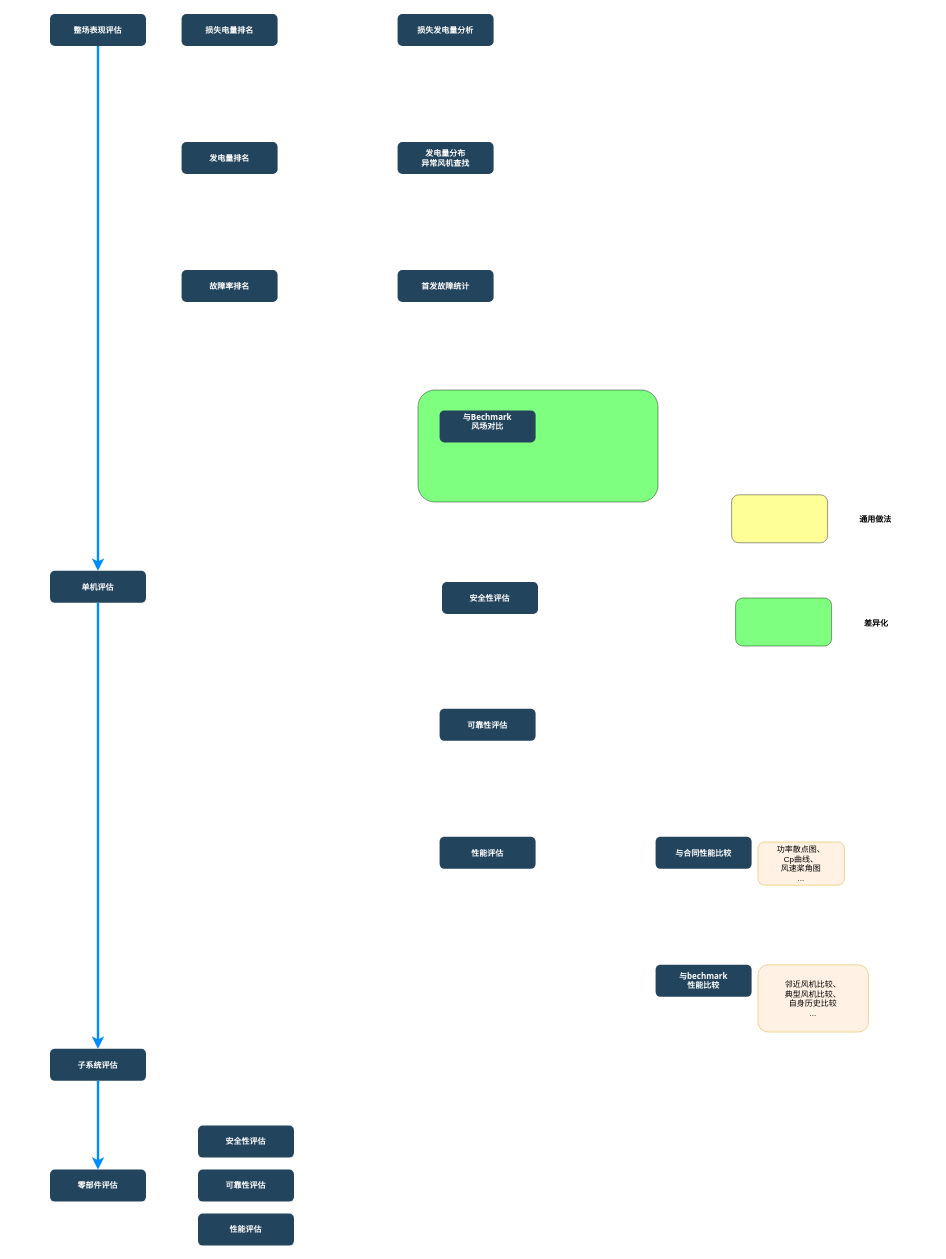
Before: soft/dataprocess/diagram/功能逻辑图.drawio in leeyongxin/wind, a draw.io diagram. Source tidied: cells renumbered, new cells numbered last; positions are measured from the earlier drawing's top-left corner, leaving out a move shared by most shapes. Both pictures are drawn from the tidied source at 80%, with x=0, y=0 at pixel (50, 14).
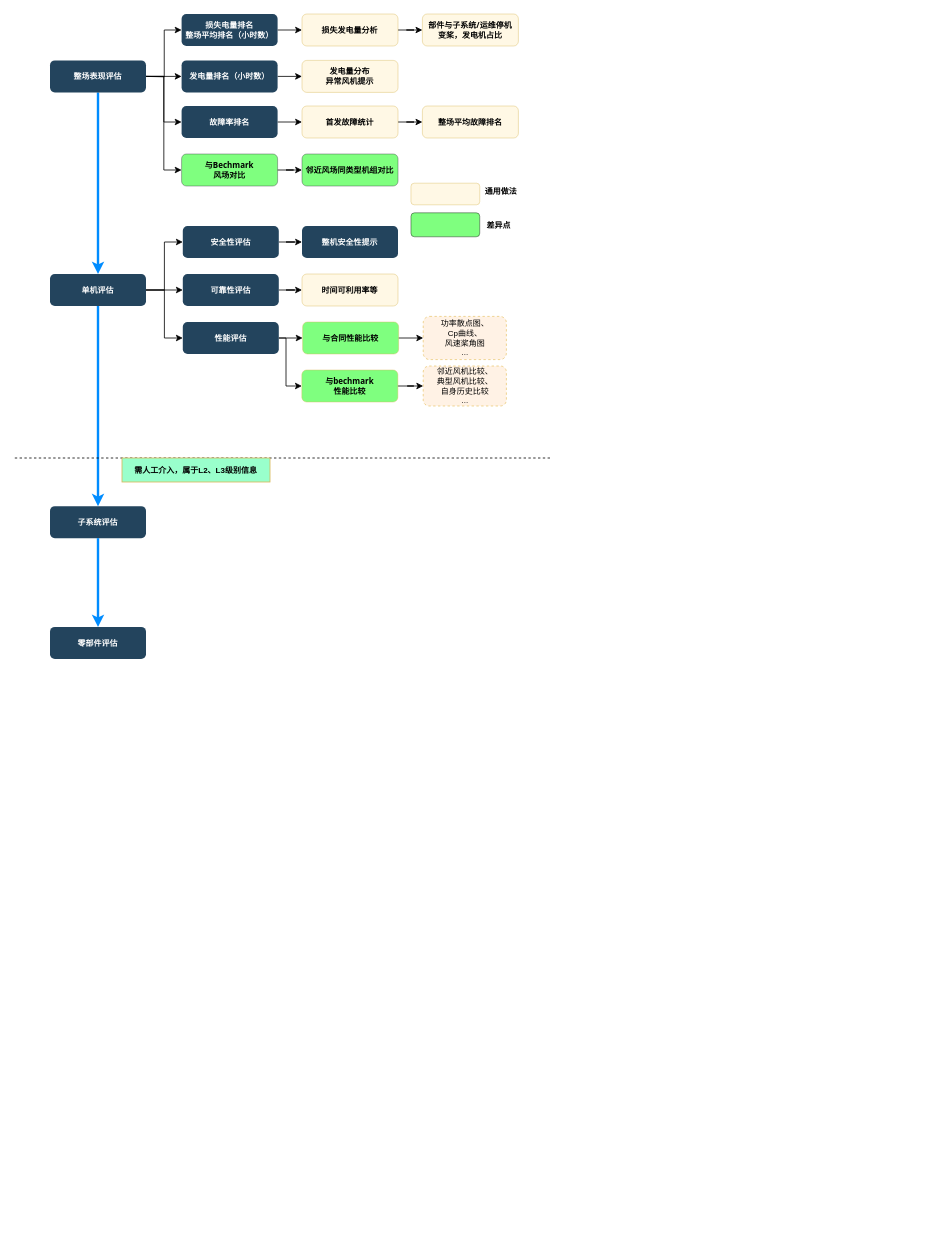
The same diagram, later.

Commit message:
Update 功能逻辑图.drawio

What changed in the source:
```diff
@@
-    <mxCell id="2" value="&lt;div style=&quot;font-size: 10px;&quot;&gt;邻近风机比较、&lt;/div&gt;&lt;div style=&quot;font-size: 10px;&quot;&gt;典型风机比较、&lt;/div&gt;&lt;div style=&quot;font-size: 10px;&quot;&gt;自身历史比较&lt;br style=&quot;font-size: 10px;&quot;&gt;&lt;/div&gt;&lt;div style=&quot;font-size: 10px;&quot;&gt;...&lt;br style=&quot;font-size: 10px;&quot;&gt;&lt;/div&gt;" style="rounded=1;whiteSpace=wrap;html=1;fillColor=#ffe6cc;fontSize=10;opacity=50;strokeColor=#d79b00;" parent="1" vertex="1">
-      <mxGeometry x="885" y="1188.5" width="138" height="84" as="geometry" />
+    <mxCell id="2" value="&lt;div style=&quot;font-size: 10px;&quot;&gt;邻近风机比较、&lt;/div&gt;&lt;div style=&quot;font-size: 10px;&quot;&gt;典型风机比较、&lt;/div&gt;&lt;div style=&quot;font-size: 10px;&quot;&gt;自身历史比较&lt;br style=&quot;font-size: 10px;&quot;&gt;&lt;/div&gt;&lt;div style=&quot;font-size: 10px;&quot;&gt;...&lt;br style=&quot;font-size: 10px;&quot;&gt;&lt;/div&gt;" style="rounded=1;whiteSpace=wrap;html=1;fillColor=#ffe6cc;fontSize=10;opacity=50;strokeColor=#d79b00;dashed=1;" parent="1" vertex="1">
+      <mxGeometry x="466.5" y="440" width="104" height="50" as="geometry" />
     </mxCell>
-    <mxCell id="3" style="rounded=1;whiteSpace=wrap;html=1;fillColor=#00FF00;gradientColor=none;fontSize=10;opacity=50;" parent="1" vertex="1">
-      <mxGeometry x="460" y="470" width="300" height="140" as="geometry" />
-    </mxCell>
-    <mxCell id="4" value="&lt;div style=&quot;font-size: 10px;&quot;&gt;功率散点图、&lt;/div&gt;&lt;div style=&quot;font-size: 10px;&quot;&gt;Cp曲线、&lt;/div&gt;&lt;div style=&quot;font-size: 10px;&quot;&gt;风速桨角图&lt;/div&gt;&lt;div style=&quot;font-size: 10px;&quot;&gt;...&lt;br style=&quot;font-size: 10px;&quot;&gt;&lt;/div&gt;" style="rounded=1;whiteSpace=wrap;html=1;fillColor=#ffe6cc;fontSize=10;opacity=50;strokeColor=#d79b00;" parent="1" vertex="1">
-      <mxGeometry x="885" y="1035" width="108" height="54" as="geometry" />
+    <mxCell id="4" value="&lt;div style=&quot;font-size: 10px;&quot;&gt;功率散点图、&lt;/div&gt;&lt;div style=&quot;font-size: 10px;&quot;&gt;Cp曲线、&lt;/div&gt;&lt;div style=&quot;font-size: 10px;&quot;&gt;风速桨角图&lt;/div&gt;&lt;div style=&quot;font-size: 10px;&quot;&gt;...&lt;br style=&quot;font-size: 10px;&quot;&gt;&lt;/div&gt;" style="rounded=1;whiteSpace=wrap;html=1;fillColor=#ffe6cc;fontSize=10;opacity=50;strokeColor=#d79b00;dashed=1;" parent="1" vertex="1">
+      <mxGeometry x="466.5" y="378" width="104" height="54" as="geometry" />
     </mxCell>
@@
+    <mxCell id="31" style="edgeStyle=orthogonalEdgeStyle;rounded=0;jettySize=auto;html=1;exitX=1;exitY=0.5;exitDx=0;exitDy=0;entryX=0;entryY=0.5;entryDx=0;entryDy=0;strokeWidth=1;fontSize=10;" parent="1" edge="1" source="6" target="15">
+      <mxGeometry relative="1" as="geometry" />
+    </mxCell>
+    <mxCell id="32" style="edgeStyle=orthogonalEdgeStyle;rounded=0;jettySize=auto;html=1;entryX=0;entryY=0.5;entryDx=0;entryDy=0;strokeWidth=1;fontSize=10;" parent="1" edge="1" target="17">
+      <mxGeometry relative="1" as="geometry">
+        <mxPoint x="120" y="78" as="sourcePoint" />
+      </mxGeometry>
+    </mxCell>
+    <mxCell id="33" style="edgeStyle=orthogonalEdgeStyle;rounded=0;jettySize=auto;html=1;exitX=1;exitY=0.5;exitDx=0;exitDy=0;entryX=0;entryY=0.5;entryDx=0;entryDy=0;strokeWidth=1;fontSize=10;" parent="1" edge="1" source="6" target="19">
+      <mxGeometry relative="1" as="geometry" />
+    </mxCell>
+    <mxCell id="34" style="edgeStyle=orthogonalEdgeStyle;rounded=0;jettySize=auto;html=1;exitX=1;exitY=0.5;exitDx=0;exitDy=0;entryX=0;entryY=0.5;entryDx=0;entryDy=0;strokeWidth=1;fontSize=10;" parent="1" edge="1" source="6" target="20">
+      <mxGeometry relative="1" as="geometry" />
+    </mxCell>
     <mxCell id="6" value="整场表现评估" style="rounded=1;fillColor=#23445D;gradientColor=none;strokeColor=none;fontColor=#FFFFFF;fontStyle=1;fontFamily=Tahoma;fontSize=10;" parent="1" vertex="1">
-      <mxGeometry width="120" height="40" as="geometry" />
+      <mxGeometry y="58" width="120" height="40" as="geometry" />
     </mxCell>
+    <mxCell id="35" style="edgeStyle=orthogonalEdgeStyle;rounded=0;jettySize=auto;html=1;exitX=1;exitY=0.5;exitDx=0;exitDy=0;entryX=0;entryY=0.5;entryDx=0;entryDy=0;strokeWidth=1;fontSize=10;" parent="1" edge="1" source="7" target="8">
+      <mxGeometry relative="1" as="geometry" />
+    </mxCell>
+    <mxCell id="36" style="edgeStyle=orthogonalEdgeStyle;rounded=0;jettySize=auto;html=1;exitX=1;exitY=0.5;exitDx=0;exitDy=0;entryX=0;entryY=0.5;entryDx=0;entryDy=0;strokeWidth=1;fontSize=10;" parent="1" edge="1" source="7" target="9">
+      <mxGeometry relative="1" as="geometry" />
+    </mxCell>
+    <mxCell id="37" style="edgeStyle=orthogonalEdgeStyle;rounded=0;jettySize=auto;html=1;exitX=1;exitY=0.5;exitDx=0;exitDy=0;entryX=0;entryY=0.5;entryDx=0;entryDy=0;strokeWidth=1;fontSize=10;" parent="1" edge="1" source="7" target="10">
+      <mxGeometry relative="1" as="geometry" />
+    </mxCell>
     <mxCell id="7" value="单机评估" style="rounded=1;fillColor=#23445D;gradientColor=none;strokeColor=none;fontColor=#FFFFFF;fontStyle=1;fontFamily=Tahoma;fontSize=10;" parent="1" vertex="1">
-      <mxGeometry y="696" width="120" height="40" as="geometry" />
+      <mxGeometry y="325" width="120" height="40" as="geometry" />
     </mxCell>
+    <mxCell id="38" style="edgeStyle=orthogonalEdgeStyle;rounded=0;jettySize=auto;html=1;strokeWidth=1;fontSize=10;" parent="1" edge="1" source="8" target="39">
+      <mxGeometry relative="1" as="geometry" />
+    </mxCell>
     <mxCell id="8" value="安全性评估" style="rounded=1;fillColor=#23445D;gradientColor=none;strokeColor=none;fontColor=#FFFFFF;fontStyle=1;fontFamily=Tahoma;fontSize=10;imageWidth=24;" parent="1" vertex="1">
-      <mxGeometry x="490" y="710" width="120" height="40" as="geometry" />
+      <mxGeometry x="166" y="265" width="120" height="40" as="geometry" />
     </mxCell>
+    <mxCell id="39" value="整机安全性提示" style="rounded=1;fillColor=#23445D;gradientColor=none;strokeColor=none;fontColor=#FFFFFF;fontStyle=1;fontFamily=Tahoma;fontSize=10;imageWidth=24;" parent="1" vertex="1">
+      <mxGeometry x="315" y="265" width="120" height="40" as="geometry" />
+    </mxCell>
+    <mxCell id="40" style="edgeStyle=orthogonalEdgeStyle;rounded=0;jettySize=auto;html=1;strokeWidth=1;fontSize=10;" parent="1" edge="1" source="9" target="41">
+      <mxGeometry relative="1" as="geometry" />
+    </mxCell>
     <mxCell id="9" value="可靠性评估" style="rounded=1;fillColor=#23445D;gradientColor=none;strokeColor=none;fontColor=#FFFFFF;fontStyle=1;fontFamily=Tahoma;fontSize=10;imageWidth=24;" parent="1" vertex="1">
-      <mxGeometry x="487" y="868.5" width="120" height="40" as="geometry" />
+      <mxGeometry x="166" y="325" width="120" height="40" as="geometry" />
     </mxCell>
+    <mxCell id="41" value="时间可利用率等" style="rounded=1;fillColor=#fff2cc;strokeColor=#d6b656;fontStyle=1;fontFamily=Tahoma;fontSize=10;imageWidth=24;opacity=50;" parent="1" vertex="1">
+      <mxGeometry x="315" y="325" width="120" height="40" as="geometry" />
+    </mxCell>
+    <mxCell id="42" style="edgeStyle=orthogonalEdgeStyle;rounded=0;jettySize=auto;html=1;exitX=1;exitY=0.5;exitDx=0;exitDy=0;entryX=0;entryY=0.5;entryDx=0;entryDy=0;strokeWidth=1;fontSize=10;" parent="1" edge="1" source="10" target="11">
+      <mxGeometry relative="1" as="geometry" />
+    </mxCell>
+    <mxCell id="43" style="edgeStyle=orthogonalEdgeStyle;rounded=0;jettySize=auto;html=1;exitX=1;exitY=0.5;exitDx=0;exitDy=0;entryX=0;entryY=0.5;entryDx=0;entryDy=0;strokeWidth=1;fontSize=10;" parent="1" edge="1" source="10" target="12">
+      <mxGeometry relative="1" as="geometry">
+        <Array as="points">
+          <mxPoint x="295" y="405" />
+          <mxPoint x="295" y="465" />
+        </Array>
+      </mxGeometry>
+    </mxCell>
     <mxCell id="10" value="性能评估" style="rounded=1;fillColor=#23445D;gradientColor=none;strokeColor=none;fontColor=#FFFFFF;fontStyle=1;fontFamily=Tahoma;fontSize=10;imageWidth=24;" parent="1" vertex="1">
-      <mxGeometry x="487" y="1028.5" width="120" height="40" as="geometry" />
+      <mxGeometry x="166" y="385" width="120" height="40" as="geometry" />
     </mxCell>
+    <mxCell id="44" style="edgeStyle=orthogonalEdgeStyle;rounded=0;jettySize=auto;html=1;exitX=1;exitY=0.5;exitDx=0;exitDy=0;entryX=0;entryY=0.5;entryDx=0;entryDy=0;strokeWidth=1;fontSize=10;" parent="1" edge="1" source="11" target="4">
+      <mxGeometry relative="1" as="geometry" />
+    </mxCell>
-    <mxCell id="11" value="与合同性能比较" style="rounded=1;fillColor=#23445D;gradientColor=none;strokeColor=none;fontColor=#FFFFFF;fontStyle=1;fontFamily=Tahoma;fontSize=10;imageWidth=24;" parent="1" vertex="1">
-      <mxGeometry x="757" y="1028.5" width="120" height="40" as="geometry" />
+    <mxCell id="11" value="与合同性能比较" style="rounded=1;fillColor=#00FF00;strokeColor=#d6b656;fontStyle=1;fontFamily=Tahoma;fontSize=10;imageWidth=24;opacity=50;" parent="1" vertex="1">
+      <mxGeometry x="315.8" y="385" width="120" height="40" as="geometry" />
     </mxCell>
+    <mxCell id="45" style="edgeStyle=orthogonalEdgeStyle;rounded=0;jettySize=auto;html=1;exitX=1;exitY=0.5;exitDx=0;exitDy=0;strokeWidth=1;fontSize=10;" parent="1" edge="1" source="12" target="2">
+      <mxGeometry relative="1" as="geometry" />
+    </mxCell>
-    <mxCell id="12" value="与bechmark&#10;性能比较" style="rounded=1;fillColor=#23445D;gradientColor=none;strokeColor=none;fontColor=#FFFFFF;fontStyle=1;fontFamily=Tahoma;fontSize=10;imageWidth=24;" parent="1" vertex="1">
-      <mxGeometry x="757" y="1188.5" width="120" height="40" as="geometry" />
+    <mxCell id="12" value="与bechmark&#10;性能比较" style="rounded=1;fillColor=#00FF00;strokeColor=#d6b656;fontStyle=1;fontFamily=Tahoma;fontSize=10;imageWidth=24;opacity=50;" parent="1" vertex="1">
+      <mxGeometry x="314.8" y="445" width="120" height="40" as="geometry" />
     </mxCell>
     <mxCell id="13" value="子系统评估" style="rounded=1;fillColor=#23445D;gradientColor=none;strokeColor=none;fontColor=#FFFFFF;fontStyle=1;fontFamily=Tahoma;fontSize=10;imageWidth=24;" parent="1" vertex="1">
-      <mxGeometry y="1293.5" width="120" height="40" as="geometry" />
+      <mxGeometry y="615.2" width="120" height="40" as="geometry" />
     </mxCell>
     <mxCell id="14" value="零部件评估" style="rounded=1;fillColor=#23445D;gradientColor=none;strokeColor=none;fontColor=#FFFFFF;fontStyle=1;fontFamily=Tahoma;fontSize=10;imageWidth=24;" parent="1" vertex="1">
-      <mxGeometry y="1444.5" width="120" height="40" as="geometry" />
+      <mxGeometry y="766.2" width="120" height="40" as="geometry" />
     </mxCell>
+    <mxCell id="46" style="edgeStyle=orthogonalEdgeStyle;rounded=0;jettySize=auto;html=1;exitX=1;exitY=0.5;exitDx=0;exitDy=0;entryX=0;entryY=0.5;entryDx=0;entryDy=0;strokeWidth=1;fontSize=10;" parent="1" edge="1" source="15" target="16">
+      <mxGeometry relative="1" as="geometry" />
+    </mxCell>
-    <mxCell id="15" value="发电量排名" style="rounded=1;fillColor=#23445D;gradientColor=none;strokeColor=none;fontColor=#FFFFFF;fontStyle=1;fontFamily=Tahoma;fontSize=10;imageWidth=24;" parent="1" vertex="1">
-      <mxGeometry x="164.5" y="160" width="120" height="40" as="geometry" />
+    <mxCell id="15" value="发电量排名（小时数）" style="rounded=1;fillColor=#23445D;gradientColor=none;strokeColor=none;fontColor=#FFFFFF;fontStyle=1;fontFamily=Tahoma;fontSize=10;imageWidth=24;" parent="1" vertex="1">
+      <mxGeometry x="164.5" y="58" width="120" height="40" as="geometry" />
     </mxCell>
-    <mxCell id="16" value="发电量分布&#10;异常风机查找" style="rounded=1;fillColor=#23445D;gradientColor=none;strokeColor=none;fontColor=#FFFFFF;fontStyle=1;fontFamily=Tahoma;fontSize=10;imageWidth=24;" parent="1" vertex="1">
-      <mxGeometry x="434.5" y="160" width="120" height="40" as="geometry" />
+    <mxCell id="16" value="发电量分布&#10;异常风机提示" style="rounded=1;fillColor=#fff2cc;strokeColor=#d6b656;fontStyle=1;fontFamily=Tahoma;fontSize=10;imageWidth=24;gradientColor=none;opacity=50;" parent="1" vertex="1">
+      <mxGeometry x="315" y="58" width="120" height="40" as="geometry" />
     </mxCell>
+    <mxCell id="47" style="edgeStyle=orthogonalEdgeStyle;rounded=0;jettySize=auto;html=1;exitX=1;exitY=0.5;exitDx=0;exitDy=0;entryX=0;entryY=0.5;entryDx=0;entryDy=0;strokeWidth=1;fontSize=10;" parent="1" edge="1" source="17" target="18">
+      <mxGeometry relative="1" as="geometry" />
+    </mxCell>
-    <mxCell id="17" value="损失电量排名" style="rounded=1;fillColor=#23445D;gradientColor=none;strokeColor=none;fontColor=#FFFFFF;fontStyle=1;fontFamily=Tahoma;fontSize=10;imageWidth=24;" parent="1" vertex="1">
+    <mxCell id="17" value="损失电量排名&#10;整场平均排名（小时数）" style="rounded=1;fillColor=#23445D;gradientColor=none;strokeColor=none;fontColor=#FFFFFF;fontStyle=1;fontFamily=Tahoma;fontSize=10;imageWidth=24;" parent="1" vertex="1">
       <mxGeometry x="164.5" width="120" height="40" as="geometry" />
     </mxCell>
+    <mxCell id="48" style="edgeStyle=orthogonalEdgeStyle;rounded=0;jettySize=auto;html=1;strokeWidth=1;fontSize=10;" parent="1" edge="1" source="18" target="49">
+      <mxGeometry relative="1" as="geometry" />
+    </mxCell>
-    <mxCell id="18" value="损失发电量分析" style="rounded=1;fillColor=#23445D;gradientColor=none;strokeColor=none;fontColor=#FFFFFF;fontStyle=1;fontFamily=Tahoma;fontSize=10;imageWidth=24;" parent="1" vertex="1">
-      <mxGeometry x="434.5" width="120" height="40" as="geometry" />
+    <mxCell id="18" value="损失发电量分析" style="rounded=1;fillColor=#fff2cc;strokeColor=#d6b656;fontStyle=1;fontFamily=Tahoma;fontSize=10;imageWidth=24;gradientColor=none;opacity=50;" parent="1" vertex="1">
+      <mxGeometry x="315" width="120" height="40" as="geometry" />
     </mxCell>
-    <mxCell id="19" value="故障率排名" style="rounded=1;fillColor=#23445D;gradientColor=none;strokeColor=none;fontColor=#FFFFFF;fontStyle=1;fontFamily=Tahoma;fontSize=10;imageWidth=24;" parent="1" vertex="1">
-      <mxGeometry x="164.5" y="320" width="120" height="40" as="geometry" />
-    </mxCell>
+    <mxCell id="49" value="部件与子系统/运维停机&#10;变桨，发电机占比" style="rounded=1;fillColor=#fff2cc;strokeColor=#d6b656;fontStyle=1;fontFamily=Tahoma;fontSize=10;imageWidth=24;gradientColor=none;opacity=50;" parent="1" vertex="1">
+      <mxGeometry x="465.5" width="120" height="40" as="geometry" />
+    </mxCell>
+    <mxCell id="50" style="edgeStyle=orthogonalEdgeStyle;rounded=0;jettySize=auto;html=1;strokeWidth=1;fontSize=10;" parent="1" edge="1" source="20" target="51">
+      <mxGeometry relative="1" as="geometry" />
+    </mxCell>
-    <mxCell id="20" value="与Bechmark&#10;风场对比&#10;" style="rounded=1;fillColor=#23445D;gradientColor=none;strokeColor=none;fontColor=#FFFFFF;fontStyle=1;fontFamily=Tahoma;fontSize=10;imageWidth=24;" parent="1" vertex="1">
-      <mxGeometry x="487" y="495.5" width="120" height="40" as="geometry" />
+    <mxCell id="20" value="与Bechmark&#10;风场对比" style="rounded=1;fillColor=#00FF00;strokeColor=#36393d;fontStyle=1;fontFamily=Tahoma;fontSize=10;imageWidth=24;opacity=50;" parent="1" vertex="1">
+      <mxGeometry x="164.5" y="175" width="120" height="40" as="geometry" />
     </mxCell>
-    <mxCell id="21" value="首发故障统计" style="rounded=1;fillColor=#23445D;gradientColor=none;strokeColor=none;fontColor=#FFFFFF;fontStyle=1;fontFamily=Tahoma;fontSize=10;imageWidth=24;" parent="1" vertex="1">
-      <mxGeometry x="434.5" y="320" width="120" height="40" as="geometry" />
-    </mxCell>
+    <mxCell id="51" value="邻近风场同类型机组对比" style="rounded=1;fillColor=#00FF00;strokeColor=#36393d;fontStyle=1;fontFamily=Tahoma;fontSize=10;imageWidth=24;opacity=50;" parent="1" vertex="1">
+      <mxGeometry x="315" y="175" width="120" height="40" as="geometry" />
+    </mxCell>
@@
     <mxCell id="24" value="通用做法" style="text;html=1;strokeColor=none;fillColor=none;align=center;verticalAlign=middle;whiteSpace=wrap;rounded=0;fontSize=10;fontStyle=1;" parent="1" vertex="1">
-      <mxGeometry x="962" y="621" width="140" height="20" as="geometry" />
+      <mxGeometry x="493.7" y="211.5" width="140" height="20" as="geometry" />
     </mxCell>
-    <mxCell id="25" value="差异化" style="text;html=1;strokeColor=none;fillColor=none;align=center;verticalAlign=middle;whiteSpace=wrap;rounded=0;fontSize=10;fontStyle=1;" parent="1" vertex="1">
-      <mxGeometry x="963" y="751" width="140" height="20" as="geometry" />
+    <mxCell id="25" value="差异点" style="text;html=1;strokeColor=none;fillColor=none;align=center;verticalAlign=middle;whiteSpace=wrap;rounded=0;fontSize=10;fontStyle=1;" parent="1" vertex="1">
+      <mxGeometry x="490.7" y="253.5" width="140" height="20" as="geometry" />
     </mxCell>
-    <mxCell id="26" style="rounded=1;whiteSpace=wrap;html=1;fillColor=#FFFF33;gradientColor=none;fontSize=10;opacity=50;" parent="1" vertex="1">
-      <mxGeometry x="852" y="601" width="120" height="60" as="geometry" />
+    <mxCell id="26" style="rounded=1;whiteSpace=wrap;html=1;fillColor=#fff2cc;fontSize=10;opacity=50;strokeColor=#d6b656;" parent="1" vertex="1">
+      <mxGeometry x="451.2" y="211.5" width="86" height="27" as="geometry" />
     </mxCell>
     <mxCell id="27" style="rounded=1;whiteSpace=wrap;html=1;fillColor=#00FF00;gradientColor=none;fontSize=10;opacity=50;" parent="1" vertex="1">
-      <mxGeometry x="857" y="730" width="120" height="60" as="geometry" />
+      <mxGeometry x="451.2" y="248.5" width="86" height="30" as="geometry" />
     </mxCell>
-    <mxCell id="28" value="安全性评估" style="rounded=1;fillColor=#23445D;gradientColor=none;strokeColor=none;fontColor=#FFFFFF;fontStyle=1;fontFamily=Tahoma;fontSize=10;imageWidth=24;" parent="1" vertex="1">
-      <mxGeometry x="185" y="1389.5" width="120" height="40" as="geometry" />
-    </mxCell>
-    <mxCell id="29" value="可靠性评估" style="rounded=1;fillColor=#23445D;gradientColor=none;strokeColor=none;fontColor=#FFFFFF;fontStyle=1;fontFamily=Tahoma;fontSize=10;imageWidth=24;" parent="1" vertex="1">
-      <mxGeometry x="185" y="1444.5" width="120" height="40" as="geometry" />
-    </mxCell>
-    <mxCell id="30" value="性能评估" style="rounded=1;fillColor=#23445D;gradientColor=none;strokeColor=none;fontColor=#FFFFFF;fontStyle=1;fontFamily=Tahoma;fontSize=10;imageWidth=24;" parent="1" vertex="1">
-      <mxGeometry x="185" y="1499.5" width="120" height="40" as="geometry" />
-    </mxCell>
+    <mxCell id="52" style="edgeStyle=orthogonalEdgeStyle;rounded=0;jettySize=auto;html=1;exitX=1;exitY=0.5;exitDx=0;exitDy=0;entryX=0;entryY=0.5;entryDx=0;entryDy=0;strokeWidth=1;fontSize=10;" parent="1" edge="1" source="19" target="21">
+      <mxGeometry relative="1" as="geometry" />
+    </mxCell>
+    <mxCell id="19" value="故障率排名" style="rounded=1;fillColor=#23445D;gradientColor=none;strokeColor=none;fontColor=#FFFFFF;fontStyle=1;fontFamily=Tahoma;fontSize=10;imageWidth=24;" parent="1" vertex="1">
+      <mxGeometry x="164.5" y="115" width="120" height="40" as="geometry" />
+    </mxCell>
+    <mxCell id="53" style="edgeStyle=orthogonalEdgeStyle;rounded=0;jettySize=auto;html=1;strokeWidth=1;fontSize=10;" parent="1" edge="1" source="21" target="54">
+      <mxGeometry relative="1" as="geometry" />
+    </mxCell>
+    <mxCell id="21" value="首发故障统计" style="rounded=1;fillColor=#fff2cc;strokeColor=#d6b656;fontStyle=1;fontFamily=Tahoma;fontSize=10;imageWidth=24;gradientColor=none;opacity=50;" parent="1" vertex="1">
+      <mxGeometry x="315" y="115" width="120" height="40" as="geometry" />
+    </mxCell>
+    <mxCell id="54" value="整场平均故障排名" style="rounded=1;fillColor=#fff2cc;strokeColor=#d6b656;fontStyle=1;fontFamily=Tahoma;fontSize=10;imageWidth=24;gradientColor=none;opacity=50;" parent="1" vertex="1">
+      <mxGeometry x="465.5" y="115" width="120" height="40" as="geometry" />
+    </mxCell>
+    <mxCell id="55" style="endArrow=none;dashed=1;html=1;strokeWidth=1;fontSize=10;" parent="1" edge="1">
+      <mxGeometry relative="1" as="geometry">
+        <mxPoint x="625" y="555" as="sourcePoint" />
+        <mxPoint x="-45" y="555" as="targetPoint" />
+      </mxGeometry>
+    </mxCell>
+    <mxCell id="56" value="需人工介入，属于L2、L3级别信息" style="text;html=1;strokeColor=#d6b656;fillColor=#99FFCC;align=center;verticalAlign=middle;whiteSpace=wrap;rounded=0;fontSize=10;fontStyle=1;" parent="1" vertex="1">
+      <mxGeometry x="90" y="555" width="185" height="30" as="geometry" />
+    </mxCell>
```
